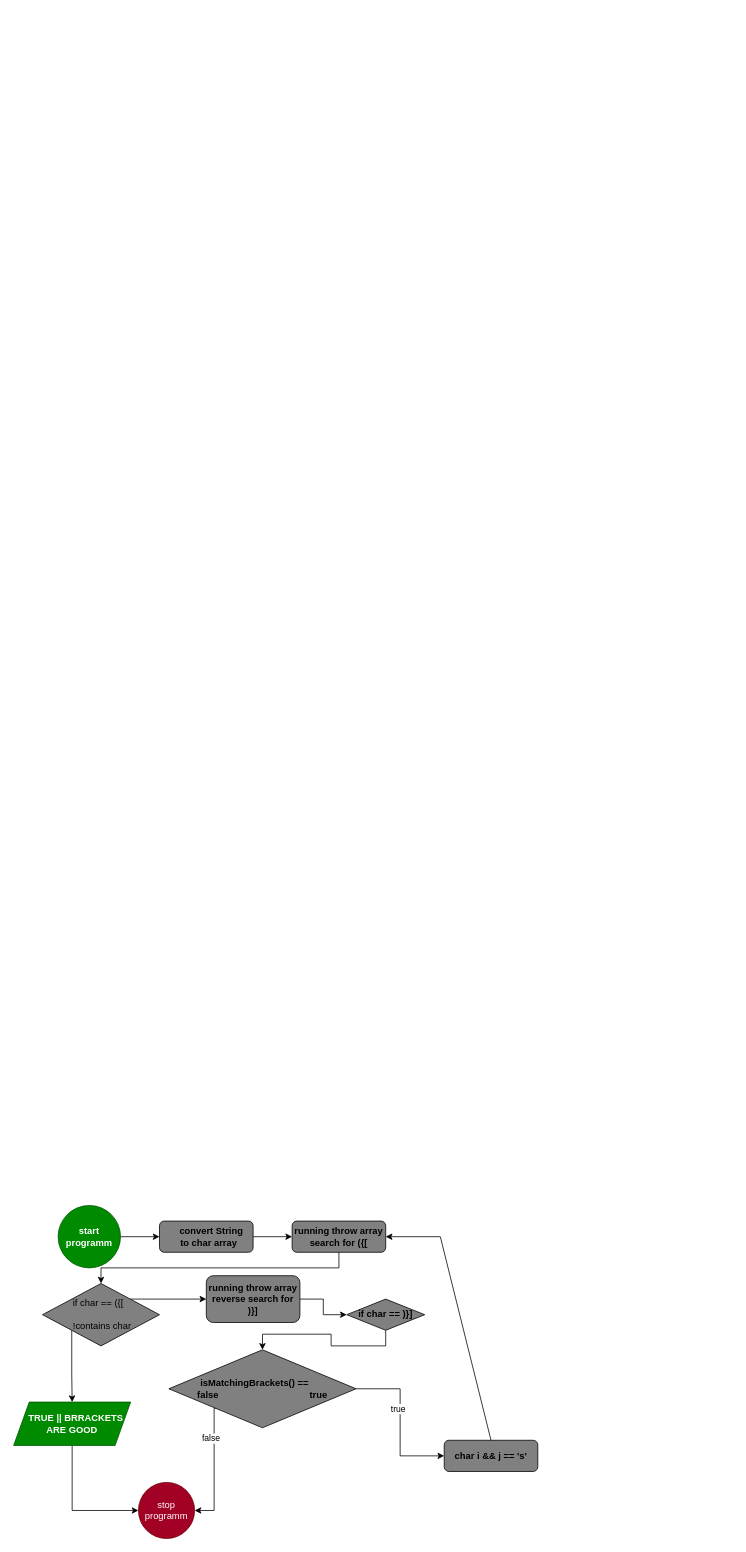
This is src/main/java/com/splab/algorithms/brackets/bracketsD2.drawio from Sava175/SpLab, a draw.io file, before an edit. Source tidied: cells renumbered, new cells numbered last; positions are measured from the earlier drawing's top-left corner, leaving out a move shared by most shapes. Both pictures are drawn from the tidied source at 78%, with x=0, y=0 at pixel (13, 1205).
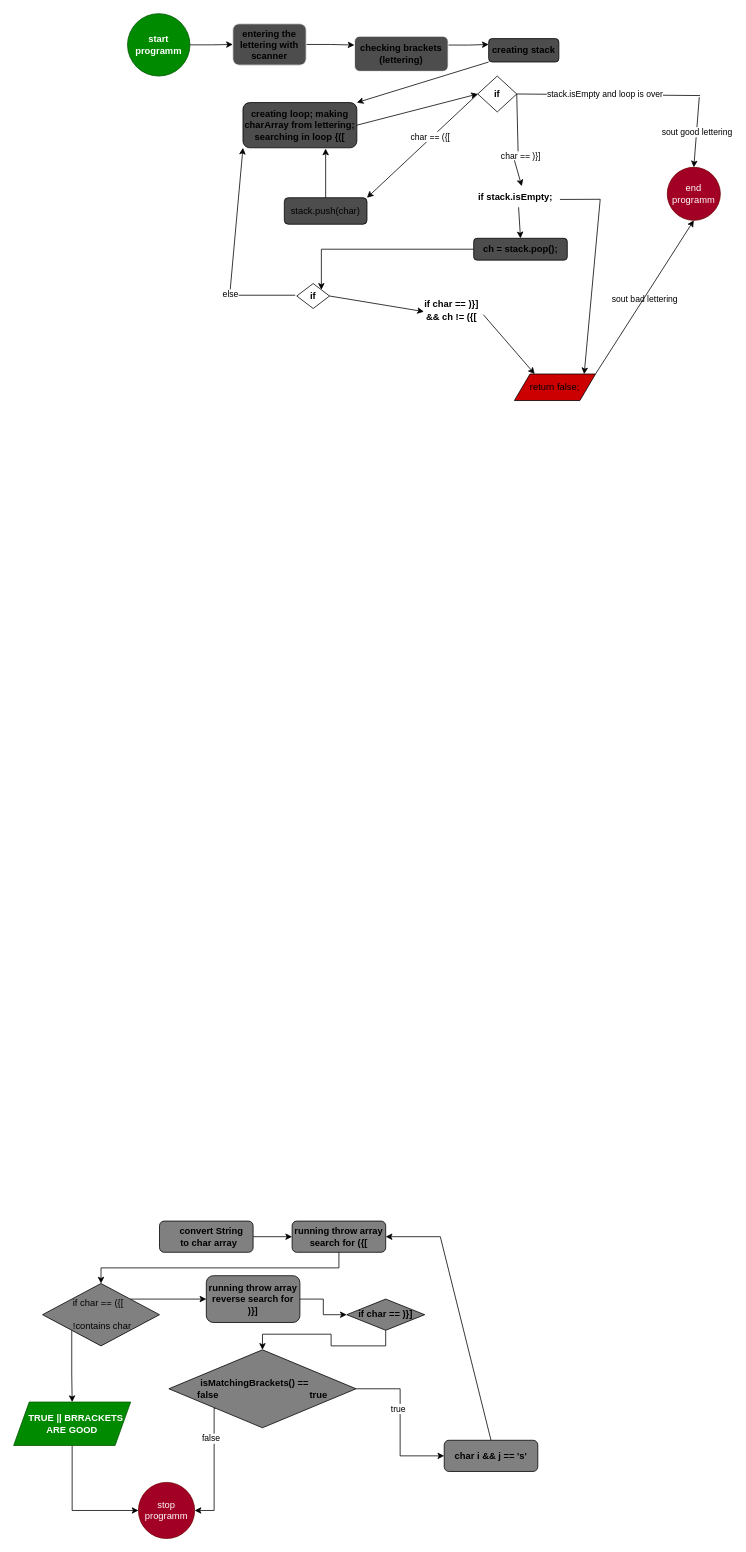
The same page after the edit.

Unchanged cells that the change refers to:
```xml
<mxCell id="5" value="&lt;b&gt;&amp;nbsp; &amp;nbsp; &amp;nbsp; &amp;nbsp;convert String&amp;nbsp; &amp;nbsp; &amp;nbsp; to char array&lt;/b&gt;" style="rounded=1;whiteSpace=wrap;html=1;fillColor=#808080;" parent="1" vertex="1">
  <mxGeometry x="187" y="20" width="120" height="40" as="geometry" />
</mxCell>
```

Change to the diagram source:
```diff
@@
-    <mxCell id="2" style="edgeStyle=orthogonalEdgeStyle;rounded=0;jettySize=auto;html=1;exitX=1;exitY=0.5;exitDx=0;exitDy=0;entryX=0;entryY=0.5;entryDx=0;entryDy=0;" parent="1" edge="1" source="3" target="5">
-      <mxGeometry relative="1" as="geometry" />
-    </mxCell>
+    <mxCell id="25" style="edgeStyle=orthogonalEdgeStyle;rounded=0;jettySize=auto;html=1;exitX=1;exitY=0.5;exitDx=0;exitDy=0;entryX=0;entryY=0.5;entryDx=0;entryDy=0;" parent="1" edge="1" source="3" target="27">
+      <mxGeometry relative="1" as="geometry" />
+    </mxCell>
     <mxCell id="3" value="&lt;b&gt;start programm&lt;/b&gt;" style="ellipse;whiteSpace=wrap;html=1;fillColor=#008a00;fontColor=#ffffff;strokeColor=#005700;" parent="1" vertex="1">
-      <mxGeometry x="57" width="80" height="80" as="geometry" />
+      <mxGeometry x="146" y="-1528" width="80" height="80" as="geometry" />
     </mxCell>
@@
+    <mxCell id="26" style="edgeStyle=orthogonalEdgeStyle;rounded=0;jettySize=auto;html=1;exitX=1;exitY=0.5;exitDx=0;exitDy=0;entryX=0;entryY=0.25;entryDx=0;entryDy=0;" parent="1" edge="1" source="27" target="29">
+      <mxGeometry relative="1" as="geometry" />
+    </mxCell>
+    <mxCell id="27" value="&lt;b&gt;entering the lettering with scanner&lt;/b&gt;" style="rounded=1;whiteSpace=wrap;html=1;strokeColor=#F0F0F0;fillColor=#4D4D4D;" parent="1" vertex="1">
+      <mxGeometry x="281" y="-1515" width="94" height="53" as="geometry" />
+    </mxCell>
+    <mxCell id="28" style="edgeStyle=orthogonalEdgeStyle;rounded=0;jettySize=auto;html=1;exitX=1;exitY=0.25;exitDx=0;exitDy=0;entryX=0;entryY=0.25;entryDx=0;entryDy=0;" parent="1" edge="1" source="29" target="30">
+      <mxGeometry relative="1" as="geometry" />
+    </mxCell>
+    <mxCell id="29" value="&lt;b&gt;checking brackets (lettering)&lt;/b&gt;" style="rounded=1;whiteSpace=wrap;html=1;strokeColor=#FFFFFF;fillColor=#4D4D4D;" parent="1" vertex="1">
+      <mxGeometry x="437" y="-1499" width="120" height="45" as="geometry" />
+    </mxCell>
+    <mxCell id="30" value="&lt;b&gt;creating stack&lt;/b&gt;" style="rounded=1;whiteSpace=wrap;html=1;fillColor=#4D4D4D;" parent="1" vertex="1">
+      <mxGeometry x="609" y="-1496" width="90" height="30" as="geometry" />
+    </mxCell>
+    <mxCell id="31" value="&lt;b&gt;creating loop; making charArray from lettering; searching in loop {([&lt;/b&gt;" style="rounded=1;whiteSpace=wrap;html=1;fillColor=#4D4D4D;" parent="1" vertex="1">
+      <mxGeometry x="294" y="-1414" width="146" height="58" as="geometry" />
+    </mxCell>
+    <mxCell id="32" style="endArrow=classic;html=1;rounded=0;entryX=1;entryY=0;entryDx=0;entryDy=0;exitX=0;exitY=1;exitDx=0;exitDy=0;" parent="1" edge="1" source="30" target="31">
+      <mxGeometry relative="1" as="geometry" />
+    </mxCell>
+    <mxCell id="33" value="&lt;b&gt;if&lt;/b&gt;" style="rhombus;whiteSpace=wrap;html=1;" parent="1" vertex="1">
+      <mxGeometry x="595" y="-1448" width="50" height="46" as="geometry" />
+    </mxCell>
+    <mxCell id="34" value="stack.push(char)" style="rounded=1;whiteSpace=wrap;html=1;fillColor=#4D4D4D;" parent="1" vertex="1">
+      <mxGeometry x="347" y="-1292" width="106" height="34" as="geometry" />
+    </mxCell>
+    <mxCell id="35" style="endArrow=classic;html=1;rounded=0;entryX=1;entryY=0;entryDx=0;entryDy=0;exitX=0;exitY=0.5;exitDx=0;exitDy=0;" parent="1" edge="1" source="33" target="34">
+      <mxGeometry relative="1" as="geometry" />
+    </mxCell>
+    <mxCell id="36" value="char == ({[" style="edgeLabel;html=1;align=center;verticalAlign=middle;" parent="35" vertex="1">
+      <mxGeometry x="-0.16" y="-2" relative="1" as="geometry" />
+    </mxCell>
+    <mxCell id="37" style="edgeStyle=orthogonalEdgeStyle;rounded=0;jettySize=auto;html=1;exitX=0;exitY=0.5;exitDx=0;exitDy=0;entryX=1;entryY=0;entryDx=0;entryDy=0;" parent="1" edge="1" source="38" target="41">
+      <mxGeometry relative="1" as="geometry" />
+    </mxCell>
+    <mxCell id="38" value="&lt;b&gt;ch = stack.pop();&lt;/b&gt;" style="rounded=1;whiteSpace=wrap;html=1;fillColor=#4D4D4D;" parent="1" vertex="1">
+      <mxGeometry x="589.8" y="-1240" width="120" height="28" as="geometry" />
+    </mxCell>
+    <mxCell id="39" style="endArrow=none;html=1;rounded=0;exitX=1;exitY=0.5;exitDx=0;exitDy=0;entryX=0.5;entryY=0;entryDx=0;entryDy=0;" parent="1" edge="1" source="33">
+      <mxGeometry relative="1" as="geometry">
+        <mxPoint x="647" y="-1339" as="targetPoint" />
+      </mxGeometry>
+    </mxCell>
+    <mxCell id="40" value="char == )}]" style="edgeLabel;html=1;align=center;verticalAlign=middle;" parent="1" vertex="1">
+      <mxGeometry x="649.8" y="-1346" as="geometry" />
+    </mxCell>
+    <mxCell id="41" value="&lt;b&gt;if&lt;/b&gt;" style="rhombus;whiteSpace=wrap;html=1;" parent="1" vertex="1">
+      <mxGeometry x="363" y="-1182" width="42" height="32" as="geometry" />
+    </mxCell>
+    <mxCell id="42" value="end programm" style="ellipse;whiteSpace=wrap;html=1;fillColor=#a20025;fontColor=#ffffff;strokeColor=#6F0000;" parent="1" vertex="1">
+      <mxGeometry x="838" y="-1331" width="68" height="68" as="geometry" />
+    </mxCell>
+    <mxCell id="43" value="return false;" style="shape=parallelogram;perimeter=parallelogramPerimeter;whiteSpace=wrap;html=1;fixedSize=1;fillColor=#CC0000;" parent="1" vertex="1">
+      <mxGeometry x="642" y="-1066" width="104" height="34" as="geometry" />
+    </mxCell>
+    <mxCell id="44" value="&lt;b style=&quot;&quot;&gt;if stack.isEmpty;&lt;/b&gt;" style="text;html=1;align=center;verticalAlign=middle;points=[];strokeColor=none;fillColor=none;" parent="1" vertex="1">
+      <mxGeometry x="586" y="-1306" width="113" height="26" as="geometry" />
+    </mxCell>
+    <mxCell id="45" style="endArrow=classic;html=1;rounded=0;entryX=0.579;entryY=-0.031;entryDx=0;entryDy=0;entryPerimeter=0;" parent="1" edge="1" target="44">
+      <mxGeometry relative="1" as="geometry">
+        <mxPoint x="642" y="-1340" as="sourcePoint" />
+      </mxGeometry>
+    </mxCell>
+    <mxCell id="46" style="endArrow=classic;html=1;rounded=0;exitX=1.012;exitY=0.623;exitDx=0;exitDy=0;exitPerimeter=0;entryX=0.86;entryY=0.006;entryDx=0;entryDy=0;entryPerimeter=0;" parent="1" edge="1" source="44" target="43">
+      <mxGeometry x="0.34" y="-74" relative="1" as="geometry">
+        <Array as="points">
+          <mxPoint x="752" y="-1290" />
+        </Array>
+      </mxGeometry>
+    </mxCell>
+    <mxCell id="47" style="endArrow=classic;html=1;rounded=0;exitX=0.543;exitY=1.008;exitDx=0;exitDy=0;exitPerimeter=0;entryX=0.5;entryY=0;entryDx=0;entryDy=0;" parent="1" edge="1" source="44" target="38">
+      <mxGeometry relative="1" as="geometry" />
+    </mxCell>
+    <mxCell id="48" value="&lt;b style=&quot;&quot;&gt;&amp;amp;&amp;amp; ch != ({[&lt;/b&gt;" style="text;html=1;align=center;verticalAlign=middle;strokeColor=none;fillColor=none;" parent="1" vertex="1">
+      <mxGeometry x="519" y="-1152" width="83" height="26" as="geometry" />
+    </mxCell>
+    <mxCell id="49" value="&lt;b&gt;if char == )}]&lt;/b&gt;" style="text;html=1;align=center;verticalAlign=middle;strokeColor=none;fillColor=none;" parent="1" vertex="1">
+      <mxGeometry x="517" y="-1169" width="87" height="26" as="geometry" />
+    </mxCell>
+    <mxCell id="50" style="endArrow=classic;html=1;rounded=0;exitX=1;exitY=0.5;exitDx=0;exitDy=0;" parent="1" edge="1" source="41">
+      <mxGeometry relative="1" as="geometry">
+        <mxPoint x="526" y="-1146" as="targetPoint" />
+      </mxGeometry>
+    </mxCell>
+    <mxCell id="51" value="sout bad lettering" style="endArrow=classic;html=1;rounded=0;exitX=1.027;exitY=0.308;exitDx=0;exitDy=0;exitPerimeter=0;entryX=0.25;entryY=0;entryDx=0;entryDy=0;" parent="1" edge="1" target="43">
+      <mxGeometry x="1" y="170" relative="1" as="geometry">
+        <mxPoint x="602.2" y="-1142" as="sourcePoint" />
+        <mxPoint x="12" y="15" as="offset" />
+      </mxGeometry>
+    </mxCell>
+    <mxCell id="52" value="else" style="endArrow=classic;html=1;rounded=0;entryX=0;entryY=1;entryDx=0;entryDy=0;" parent="1" edge="1" target="31">
+      <mxGeometry x="-0.38" y="-1" relative="1" as="geometry">
+        <mxPoint x="361" y="-1167" as="sourcePoint" />
+        <Array as="points">
+          <mxPoint x="277" y="-1167" />
+        </Array>
+      </mxGeometry>
+    </mxCell>
+    <mxCell id="53" style="endArrow=classic;html=1;rounded=0;exitX=1;exitY=0;exitDx=0;exitDy=0;entryX=0.5;entryY=1;entryDx=0;entryDy=0;" parent="1" edge="1" source="43" target="42">
+      <mxGeometry relative="1" as="geometry" />
+    </mxCell>
+    <mxCell id="54" style="endArrow=none;html=1;rounded=0;exitX=1;exitY=0.5;exitDx=0;exitDy=0;" parent="1" edge="1" source="33">
+      <mxGeometry relative="1" as="geometry">
+        <mxPoint x="880" y="-1423" as="targetPoint" />
+      </mxGeometry>
+    </mxCell>
+    <mxCell id="55" value="stack.isEmpty and loop is over" style="edgeLabel;html=1;align=center;verticalAlign=middle;" parent="54" vertex="1">
+      <mxGeometry x="-0.21" y="-1" relative="1" as="geometry">
+        <mxPoint x="20" y="-2" as="offset" />
+      </mxGeometry>
+    </mxCell>
+    <mxCell id="56" value="sout good lettering" style="endArrow=classic;html=1;rounded=0;entryX=0.5;entryY=0;entryDx=0;entryDy=0;" parent="1" edge="1" target="42">
+      <mxGeometry relative="1" as="geometry">
+        <mxPoint x="879" y="-1421" as="sourcePoint" />
+      </mxGeometry>
+    </mxCell>
+    <mxCell id="57" style="endArrow=classic;html=1;rounded=0;entryX=0;entryY=0.5;entryDx=0;entryDy=0;exitX=1;exitY=0.5;exitDx=0;exitDy=0;" parent="1" edge="1" source="31" target="33">
+      <mxGeometry relative="1" as="geometry" />
+    </mxCell>
+    <mxCell id="58" style="endArrow=classic;html=1;rounded=0;" parent="1" edge="1" source="34">
+      <mxGeometry relative="1" as="geometry">
+        <mxPoint x="400" y="-1355" as="targetPoint" />
+      </mxGeometry>
+    </mxCell>
```
